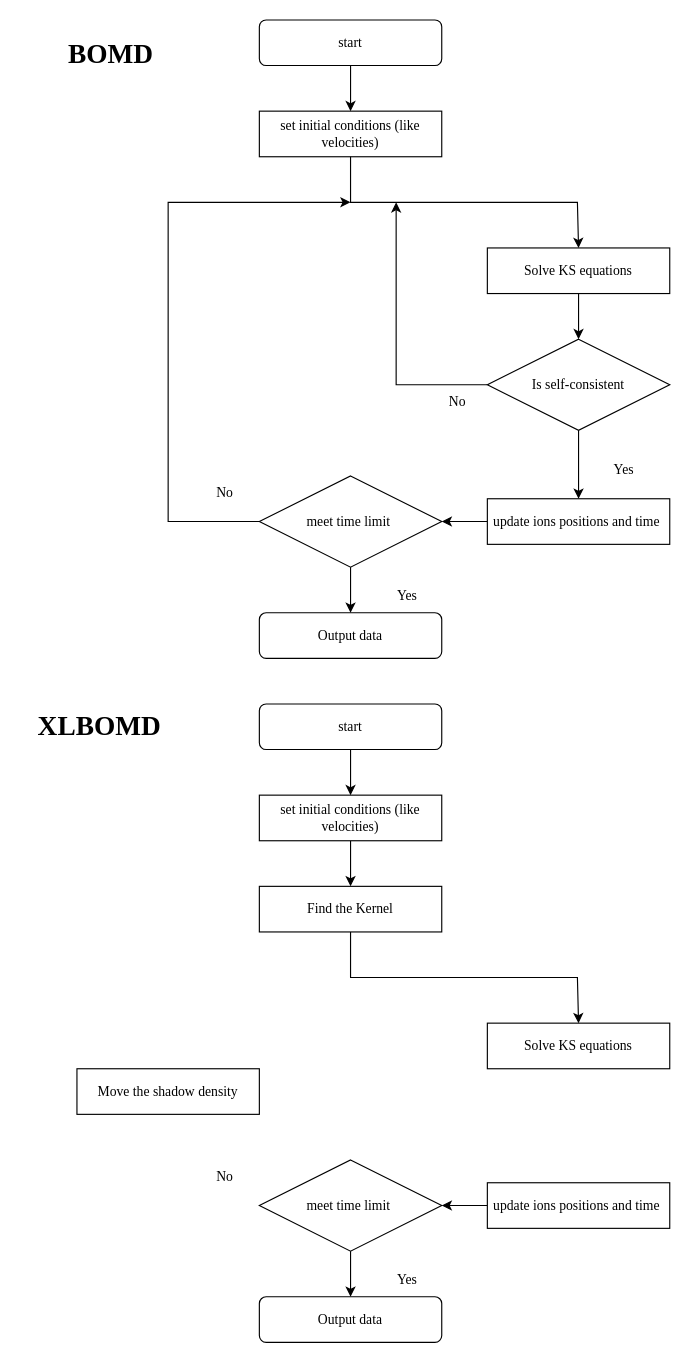
Earlier version of the draw.io diagram compare_2.drawio (MorYagueldeLame/flowchart_BOMD). Source tidied: cells renumbered, new cells numbered last; positions are measured from the earlier drawing's top-left corner, leaving out a move shared by most shapes. Both pictures are drawn from the tidied source at 114%, with x=0, y=0 at pixel (19, 19).
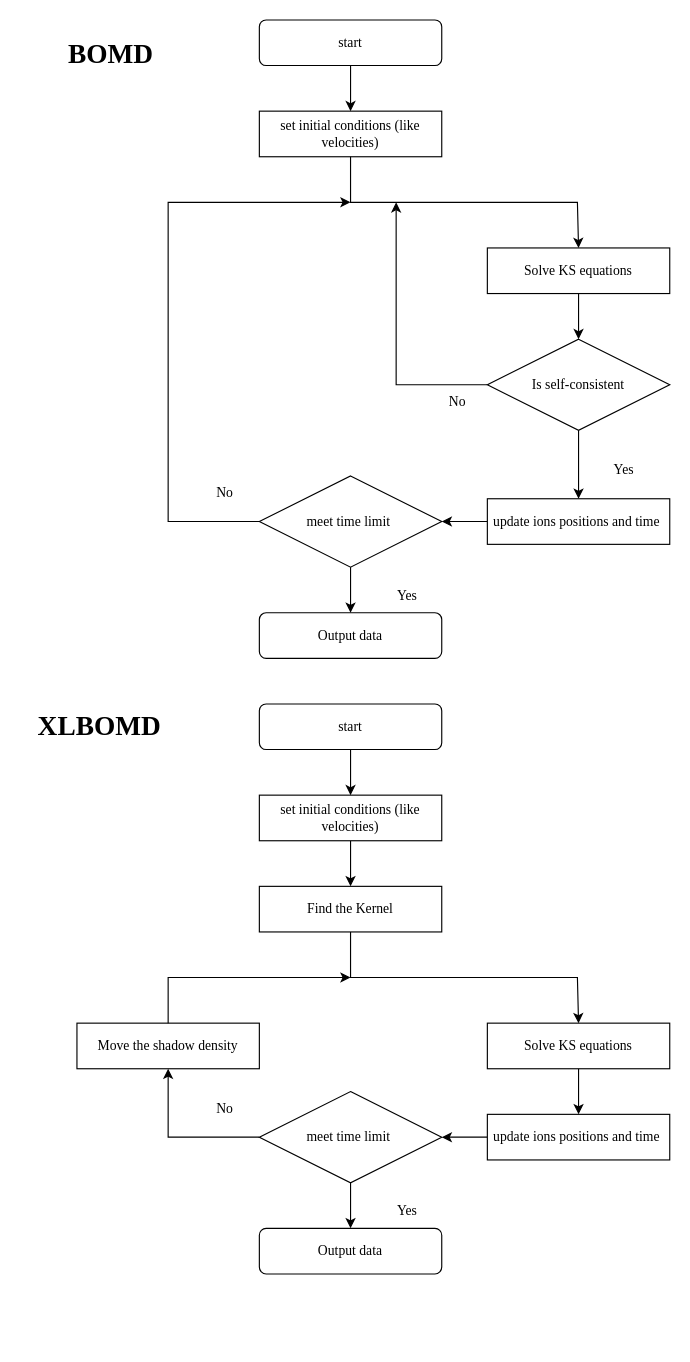
The same page after the edit.

The change refers to these unchanged cells:
```xml
<mxCell id="28" value="Solve KS equations" style="rounded=0;whiteSpace=wrap;html=1;fontFamily=Times New Roman;" parent="1" vertex="1">
  <mxGeometry x="410" y="880" width="160" height="40" as="geometry" />
</mxCell>
```

Change to the diagram source:
```diff
@@
+    <mxCell id="40" style="edgeStyle=orthogonalEdgeStyle;rounded=0;jettySize=auto;html=1;" parent="1" edge="1" source="28" target="30">
+      <mxGeometry relative="1" as="geometry" />
+    </mxCell>
@@
     <mxCell id="30" value="update ions positions and time&amp;nbsp;" style="rounded=0;whiteSpace=wrap;html=1;fontFamily=Times New Roman;" parent="1" vertex="1">
-      <mxGeometry x="410" y="1020" width="160" height="40" as="geometry" />
+      <mxGeometry x="410" y="960" width="160" height="40" as="geometry" />
     </mxCell>
     <mxCell id="31" value="meet time limit&amp;nbsp;" style="rhombus;whiteSpace=wrap;html=1;rounded=0;fontFamily=Times New Roman;" parent="1" vertex="1">
-      <mxGeometry x="210" y="1000" width="160" height="80" as="geometry" />
+      <mxGeometry x="210" y="940" width="160" height="80" as="geometry" />
     </mxCell>
     <mxCell id="32" value="Output data" style="rounded=1;whiteSpace=wrap;html=1;fontFamily=Times New Roman;" parent="1" vertex="1">
-      <mxGeometry x="210" y="1120" width="160" height="40" as="geometry" />
+      <mxGeometry x="210" y="1060" width="160" height="40" as="geometry" />
     </mxCell>
@@
     <mxCell id="34" value="Yes" style="text;html=1;strokeColor=none;fillColor=none;align=center;verticalAlign=middle;whiteSpace=wrap;rounded=0;fontFamily=Times New Roman;" parent="1" vertex="1">
-      <mxGeometry x="310" y="1090" width="60" height="30" as="geometry" />
+      <mxGeometry x="310" y="1030" width="60" height="30" as="geometry" />
     </mxCell>
     <mxCell id="35" value="No" style="text;html=1;strokeColor=none;fillColor=none;align=center;verticalAlign=middle;whiteSpace=wrap;rounded=0;fontFamily=Times New Roman;" parent="1" vertex="1">
-      <mxGeometry x="150" y="1000" width="60" height="30" as="geometry" />
+      <mxGeometry x="150" y="940" width="60" height="30" as="geometry" />
     </mxCell>
@@
     <mxCell id="38" value="Move the shadow density" style="rounded=0;whiteSpace=wrap;html=1;fontFamily=Times New Roman;" parent="1" vertex="1">
-      <mxGeometry x="50" y="920" width="160" height="40" as="geometry" />
+      <mxGeometry x="50" y="880" width="160" height="40" as="geometry" />
     </mxCell>
@@
+    <mxCell id="41" style="endArrow=classic;html=1;rounded=0;entryX=0.5;entryY=1;entryDx=0;entryDy=0;exitX=0;exitY=0.5;exitDx=0;exitDy=0;" parent="1" edge="1" source="31" target="38">
+      <mxGeometry relative="1" as="geometry">
+        <Array as="points">
+          <mxPoint x="130" y="980" />
+        </Array>
+      </mxGeometry>
+    </mxCell>
+    <mxCell id="42" style="endArrow=classic;html=1;rounded=0;exitX=0.5;exitY=0;exitDx=0;exitDy=0;" parent="1" edge="1" source="38">
+      <mxGeometry relative="1" as="geometry">
+        <mxPoint x="290" y="840" as="targetPoint" />
+        <Array as="points">
+          <mxPoint x="130" y="840" />
+        </Array>
+      </mxGeometry>
+    </mxCell>
```
